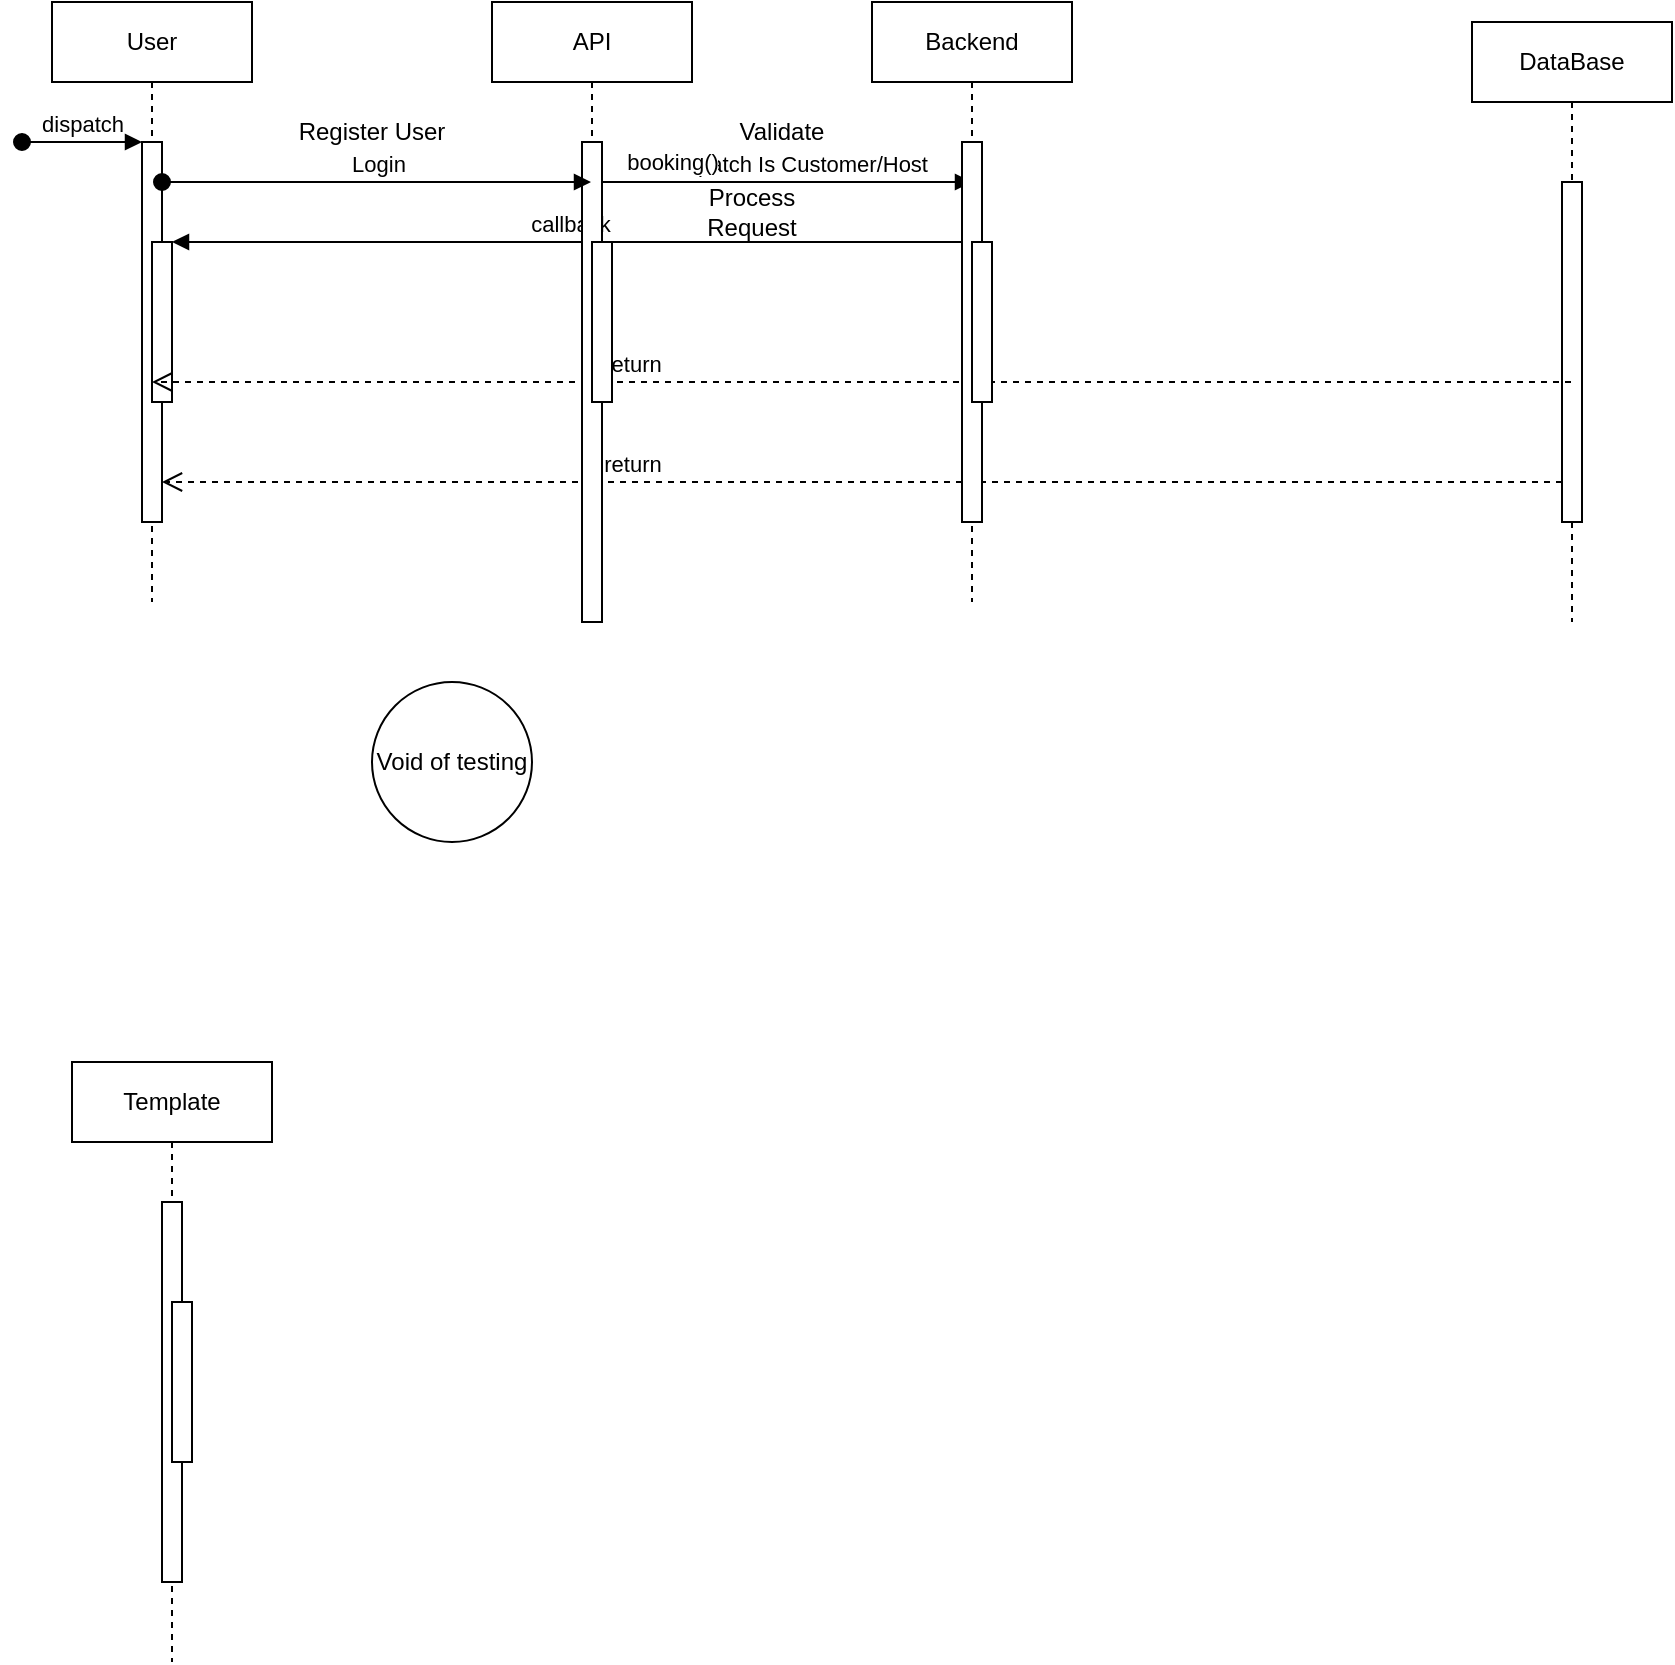
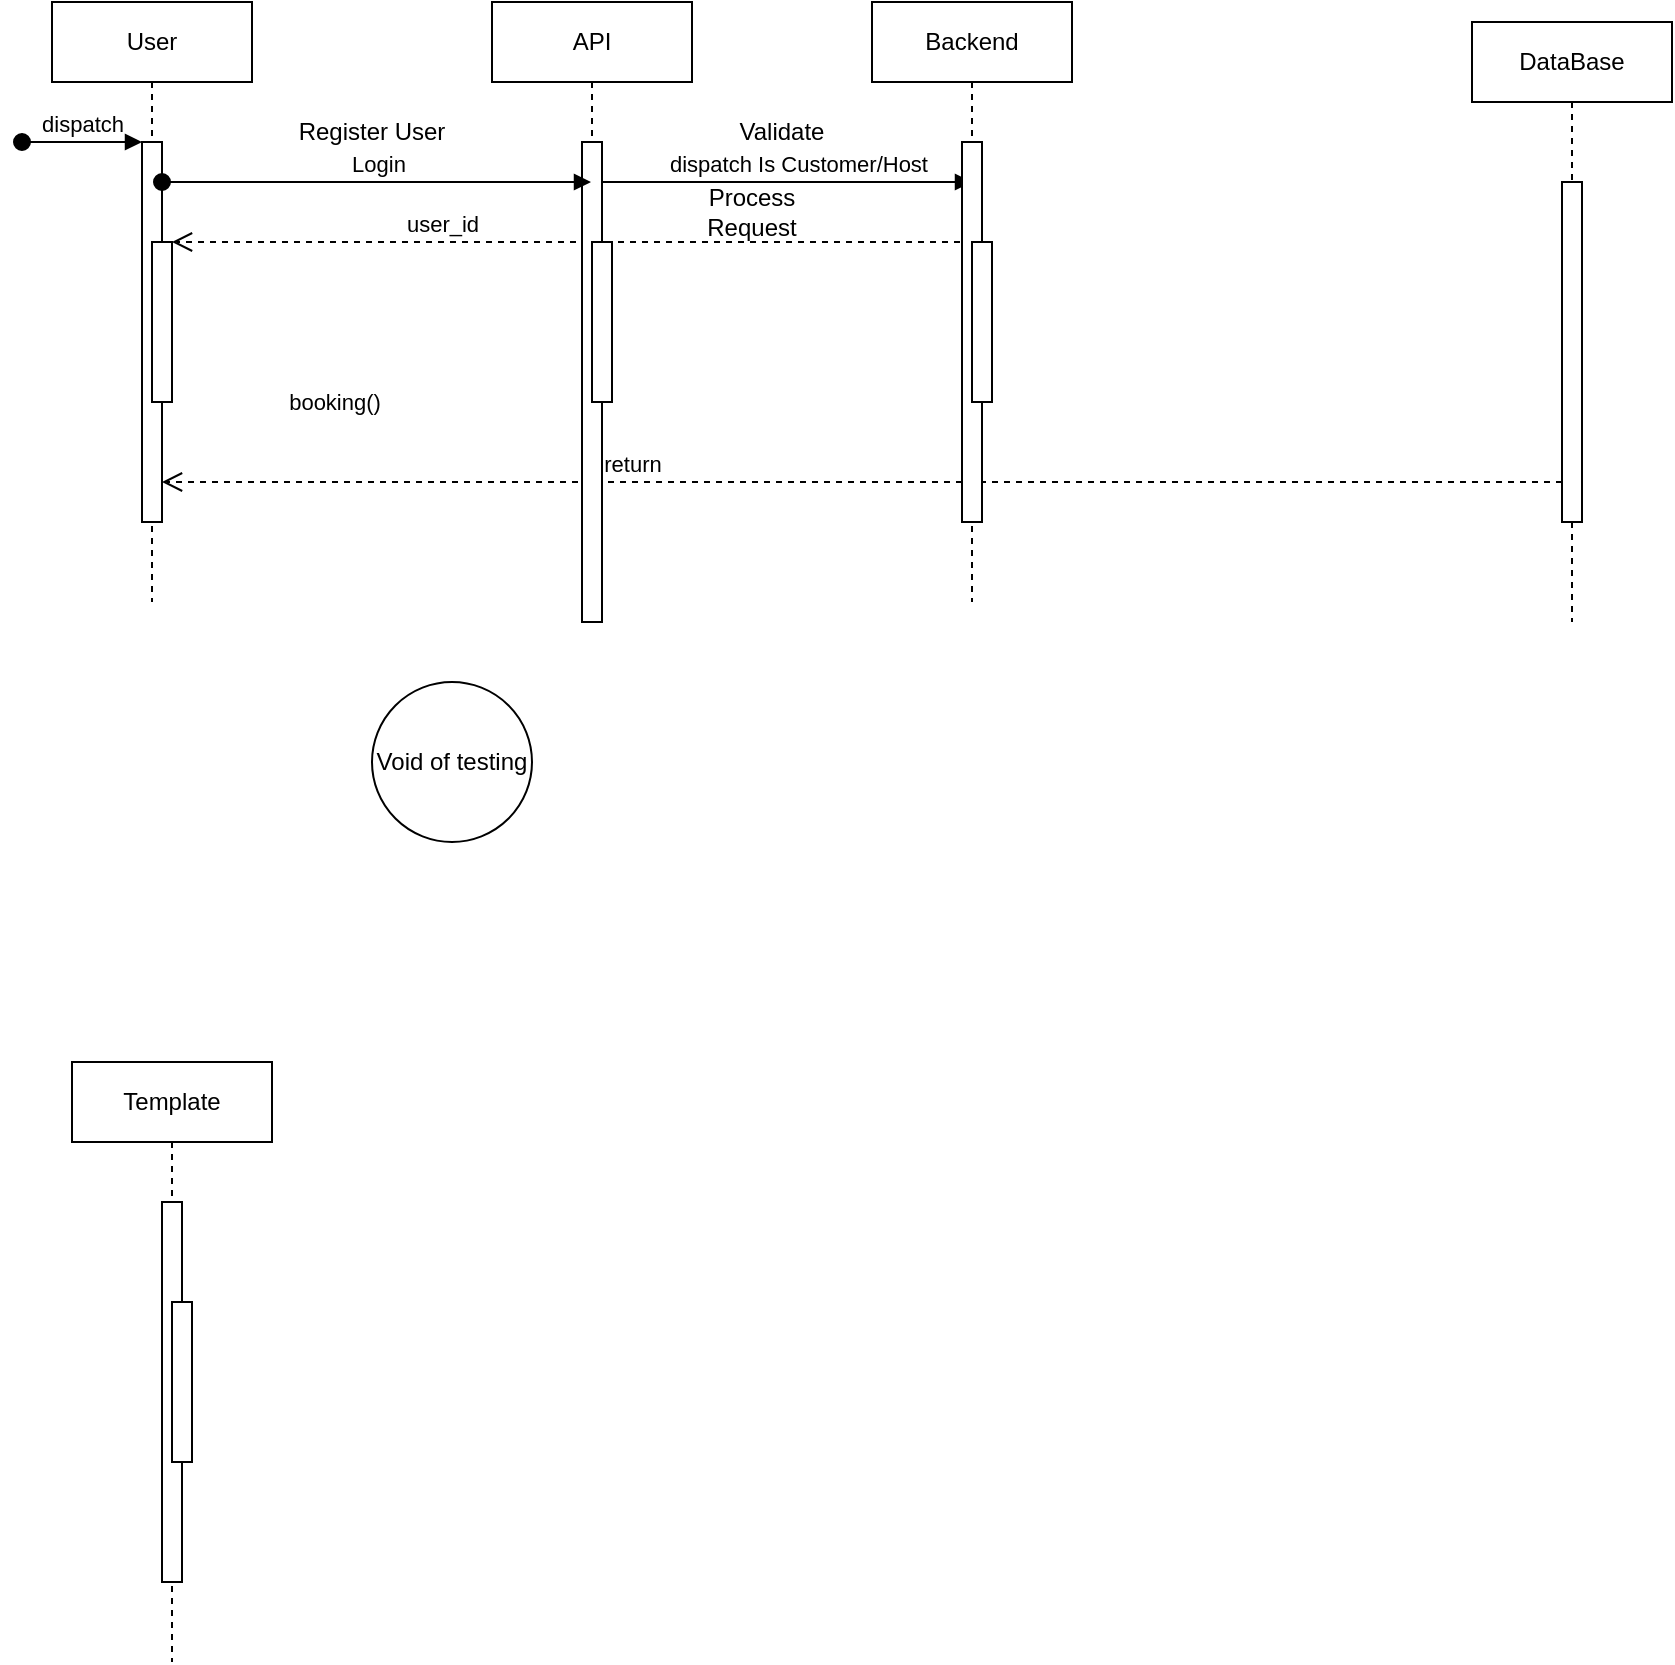
<mxfile host="app.diagrams.net" agent="5.0 (Macintosh; Intel Mac OS X 10_15_7) AppleWebKit/537.36 (KHTML, like Gecko) Chrome/109.0.0.0 Safari/537.36">
  <diagram name="Page-1" id="2YBvvXClWsGukQMizWep">
-     <mxGraphModel dx="978" dy="357" grid="1" gridSize="10" guides="1" tooltips="1" connect="1" arrows="1" fold="1" page="1" pageScale="1" pageWidth="850" pageHeight="1100" math="0" shadow="0">
+     <mxGraphModel dx="601" dy="737" grid="1" gridSize="10" guides="1" tooltips="1" connect="1" arrows="1" fold="1" page="1" pageScale="1" pageWidth="850" pageHeight="1100" math="0" shadow="0">
      <root>
        <mxCell id="0" />
        <mxCell id="1" parent="0" />
        <mxCell id="aM9ryv3xv72pqoxQDRHE-1" parent="1" style="shape=umlLifeline;perimeter=lifelinePerimeter;whiteSpace=wrap;html=1;container=0;dropTarget=0;collapsible=0;recursiveResize=0;outlineConnect=0;portConstraint=eastwest;newEdgeStyle={&quot;edgeStyle&quot;:&quot;elbowEdgeStyle&quot;,&quot;elbow&quot;:&quot;vertical&quot;,&quot;curved&quot;:0,&quot;rounded&quot;:0};" value="User" vertex="1">
          <mxGeometry height="300" width="100" x="30" y="40" as="geometry" />
        </mxCell>
        <mxCell id="aM9ryv3xv72pqoxQDRHE-2" parent="aM9ryv3xv72pqoxQDRHE-1" style="html=1;points=[];perimeter=orthogonalPerimeter;outlineConnect=0;targetShapes=umlLifeline;portConstraint=eastwest;newEdgeStyle={&quot;edgeStyle&quot;:&quot;elbowEdgeStyle&quot;,&quot;elbow&quot;:&quot;vertical&quot;,&quot;curved&quot;:0,&quot;rounded&quot;:0};" value="" vertex="1">
          <mxGeometry height="190" width="10" x="45" y="70" as="geometry" />
        </mxCell>
        <mxCell id="aM9ryv3xv72pqoxQDRHE-3" edge="1" parent="aM9ryv3xv72pqoxQDRHE-1" style="html=1;verticalAlign=bottom;startArrow=oval;endArrow=block;startSize=8;edgeStyle=elbowEdgeStyle;elbow=vertical;curved=0;rounded=0;" target="aM9ryv3xv72pqoxQDRHE-2" value="dispatch">
          <mxGeometry relative="1" as="geometry">
            <mxPoint x="-15" y="70" as="sourcePoint" />
          </mxGeometry>
        </mxCell>
        <mxCell id="aM9ryv3xv72pqoxQDRHE-4" parent="aM9ryv3xv72pqoxQDRHE-1" style="html=1;points=[];perimeter=orthogonalPerimeter;outlineConnect=0;targetShapes=umlLifeline;portConstraint=eastwest;newEdgeStyle={&quot;edgeStyle&quot;:&quot;elbowEdgeStyle&quot;,&quot;elbow&quot;:&quot;vertical&quot;,&quot;curved&quot;:0,&quot;rounded&quot;:0};" value="" vertex="1">
          <mxGeometry height="80" width="10" x="50" y="120" as="geometry" />
        </mxCell>
        <mxCell id="aM9ryv3xv72pqoxQDRHE-5" parent="1" style="shape=umlLifeline;perimeter=lifelinePerimeter;whiteSpace=wrap;html=1;container=0;dropTarget=0;collapsible=0;recursiveResize=0;outlineConnect=0;portConstraint=eastwest;newEdgeStyle={&quot;edgeStyle&quot;:&quot;elbowEdgeStyle&quot;,&quot;elbow&quot;:&quot;vertical&quot;,&quot;curved&quot;:0,&quot;rounded&quot;:0};" value="DataBase" vertex="1">
          <mxGeometry height="300" width="100" x="740" y="50" as="geometry" />
        </mxCell>
        <mxCell id="aM9ryv3xv72pqoxQDRHE-6" parent="aM9ryv3xv72pqoxQDRHE-5" style="html=1;points=[];perimeter=orthogonalPerimeter;outlineConnect=0;targetShapes=umlLifeline;portConstraint=eastwest;newEdgeStyle={&quot;edgeStyle&quot;:&quot;elbowEdgeStyle&quot;,&quot;elbow&quot;:&quot;vertical&quot;,&quot;curved&quot;:0,&quot;rounded&quot;:0};" value="" vertex="1">
          <mxGeometry height="170" width="10" x="45" y="80" as="geometry" />
        </mxCell>
        <mxCell id="aM9ryv3xv72pqoxQDRHE-7" edge="1" parent="1" source="7Z1T8ZwHcXeBXznP6D7j-6" style="html=1;verticalAlign=bottom;endArrow=block;edgeStyle=elbowEdgeStyle;elbow=vertical;curved=0;rounded=0;entryX=0.5;entryY=0.105;entryDx=0;entryDy=0;entryPerimeter=0;" target="7Z1T8ZwHcXeBXznP6D7j-10" value="dispatch Is Customer/Host">
          <mxGeometry relative="1" x="0.0616" as="geometry">
            <mxPoint as="offset" />
            <Array as="points">
              <mxPoint x="440" y="130" />
            </Array>
            <mxPoint x="195" y="130" as="sourcePoint" />
            <mxPoint x="480" y="130" as="targetPoint" />
          </mxGeometry>
        </mxCell>
        <mxCell id="SUudZ_YsPv13DbzPBlVf-1" connectable="0" parent="aM9ryv3xv72pqoxQDRHE-7" style="edgeLabel;html=1;align=center;verticalAlign=middle;resizable=0;points=[];" value="booking()" vertex="1">
          <mxGeometry relative="1" x="-0.6283" y="3" as="geometry">
-             <mxPoint y="-7" as="offset" />
+             <mxPoint x="-169" y="113" as="offset" />
          </mxGeometry>
        </mxCell>
        <mxCell id="aM9ryv3xv72pqoxQDRHE-8" edge="1" parent="1" source="aM9ryv3xv72pqoxQDRHE-6" style="html=1;verticalAlign=bottom;endArrow=open;dashed=1;endSize=8;edgeStyle=elbowEdgeStyle;elbow=vertical;curved=0;rounded=0;" target="aM9ryv3xv72pqoxQDRHE-2" value="return">
          <mxGeometry relative="1" x="0.3286" as="geometry">
            <mxPoint as="offset" />
            <Array as="points">
              <mxPoint x="190" y="280" />
            </Array>
            <mxPoint x="195" y="205" as="targetPoint" />
          </mxGeometry>
        </mxCell>
-         <mxCell id="aM9ryv3xv72pqoxQDRHE-9" edge="1" parent="1" source="7Z1T8ZwHcXeBXznP6D7j-10" style="html=1;verticalAlign=bottom;endArrow=block;edgeStyle=elbowEdgeStyle;elbow=vertical;curved=0;rounded=0;" target="aM9ryv3xv72pqoxQDRHE-4" value="callback">
-           <mxGeometry relative="1" x="-0.0072" as="geometry">
+         <mxCell id="aM9ryv3xv72pqoxQDRHE-10" edge="1" parent="1" source="7Z1T8ZwHcXeBXznP6D7j-11" style="html=1;verticalAlign=bottom;endArrow=open;dashed=1;endSize=8;edgeStyle=elbowEdgeStyle;elbow=vertical;curved=0;rounded=0;" target="aM9ryv3xv72pqoxQDRHE-4" value="user_id">
+           <mxGeometry relative="1" x="0.325" as="geometry">
            <mxPoint as="offset" />
            <Array as="points">
-               <mxPoint x="190" y="160" />
+               <mxPoint x="450" y="160" />
            </Array>
-             <mxPoint x="175" y="160" as="sourcePoint" />
-           </mxGeometry>
-         </mxCell>
-         <mxCell id="aM9ryv3xv72pqoxQDRHE-10" edge="1" parent="1" source="aM9ryv3xv72pqoxQDRHE-5" style="html=1;verticalAlign=bottom;endArrow=open;dashed=1;endSize=8;edgeStyle=elbowEdgeStyle;elbow=vertical;curved=0;rounded=0;" target="aM9ryv3xv72pqoxQDRHE-1" value="return">
-           <mxGeometry relative="1" x="0.3233" as="geometry">
-             <mxPoint as="offset" />
-             <Array as="points">
-               <mxPoint x="150" y="230" />
-             </Array>
-             <mxPoint x="175" y="235" as="targetPoint" />
+             <mxPoint x="550" y="160" as="sourcePoint" />
+             <mxPoint x="140" y="160" as="targetPoint" />
          </mxGeometry>
        </mxCell>
        <mxCell id="7Z1T8ZwHcXeBXznP6D7j-5" parent="1" style="shape=umlLifeline;perimeter=lifelinePerimeter;whiteSpace=wrap;html=1;container=0;dropTarget=0;collapsible=0;recursiveResize=0;outlineConnect=0;portConstraint=eastwest;newEdgeStyle={&quot;edgeStyle&quot;:&quot;elbowEdgeStyle&quot;,&quot;elbow&quot;:&quot;vertical&quot;,&quot;curved&quot;:0,&quot;rounded&quot;:0};" value="API" vertex="1">
          <mxGeometry height="300" width="100" x="250" y="40" as="geometry" />
        </mxCell>
        <mxCell id="7Z1T8ZwHcXeBXznP6D7j-6" parent="7Z1T8ZwHcXeBXznP6D7j-5" style="html=1;points=[];perimeter=orthogonalPerimeter;outlineConnect=0;targetShapes=umlLifeline;portConstraint=eastwest;newEdgeStyle={&quot;edgeStyle&quot;:&quot;elbowEdgeStyle&quot;,&quot;elbow&quot;:&quot;vertical&quot;,&quot;curved&quot;:0,&quot;rounded&quot;:0};" value="" vertex="1">
          <mxGeometry height="240" width="10" x="45" y="70" as="geometry" />
        </mxCell>
        <mxCell id="7Z1T8ZwHcXeBXznP6D7j-8" parent="7Z1T8ZwHcXeBXznP6D7j-5" style="html=1;points=[];perimeter=orthogonalPerimeter;outlineConnect=0;targetShapes=umlLifeline;portConstraint=eastwest;newEdgeStyle={&quot;edgeStyle&quot;:&quot;elbowEdgeStyle&quot;,&quot;elbow&quot;:&quot;vertical&quot;,&quot;curved&quot;:0,&quot;rounded&quot;:0};" value="" vertex="1">
          <mxGeometry height="80" width="10" x="50" y="120" as="geometry" />
        </mxCell>
        <mxCell id="7Z1T8ZwHcXeBXznP6D7j-9" parent="1" style="shape=umlLifeline;perimeter=lifelinePerimeter;whiteSpace=wrap;html=1;container=0;dropTarget=0;collapsible=0;recursiveResize=0;outlineConnect=0;portConstraint=eastwest;newEdgeStyle={&quot;edgeStyle&quot;:&quot;elbowEdgeStyle&quot;,&quot;elbow&quot;:&quot;vertical&quot;,&quot;curved&quot;:0,&quot;rounded&quot;:0};" value="&lt;div&gt;Backend&lt;/div&gt;" vertex="1">
          <mxGeometry height="300" width="100" x="440" y="40" as="geometry" />
        </mxCell>
        <mxCell id="7Z1T8ZwHcXeBXznP6D7j-10" parent="7Z1T8ZwHcXeBXznP6D7j-9" style="html=1;points=[];perimeter=orthogonalPerimeter;outlineConnect=0;targetShapes=umlLifeline;portConstraint=eastwest;newEdgeStyle={&quot;edgeStyle&quot;:&quot;elbowEdgeStyle&quot;,&quot;elbow&quot;:&quot;vertical&quot;,&quot;curved&quot;:0,&quot;rounded&quot;:0};" value="" vertex="1">
          <mxGeometry height="190" width="10" x="45" y="70" as="geometry" />
        </mxCell>
        <mxCell id="7Z1T8ZwHcXeBXznP6D7j-11" parent="7Z1T8ZwHcXeBXznP6D7j-9" style="html=1;points=[];perimeter=orthogonalPerimeter;outlineConnect=0;targetShapes=umlLifeline;portConstraint=eastwest;newEdgeStyle={&quot;edgeStyle&quot;:&quot;elbowEdgeStyle&quot;,&quot;elbow&quot;:&quot;vertical&quot;,&quot;curved&quot;:0,&quot;rounded&quot;:0};" value="" vertex="1">
          <mxGeometry height="80" width="10" x="50" y="120" as="geometry" />
        </mxCell>
        <mxCell id="7Z1T8ZwHcXeBXznP6D7j-12" parent="1" style="shape=umlLifeline;perimeter=lifelinePerimeter;whiteSpace=wrap;html=1;container=0;dropTarget=0;collapsible=0;recursiveResize=0;outlineConnect=0;portConstraint=eastwest;newEdgeStyle={&quot;edgeStyle&quot;:&quot;elbowEdgeStyle&quot;,&quot;elbow&quot;:&quot;vertical&quot;,&quot;curved&quot;:0,&quot;rounded&quot;:0};" value="Template" vertex="1">
          <mxGeometry height="300" width="100" x="40" y="570" as="geometry" />
        </mxCell>
        <mxCell id="7Z1T8ZwHcXeBXznP6D7j-13" parent="7Z1T8ZwHcXeBXznP6D7j-12" style="html=1;points=[];perimeter=orthogonalPerimeter;outlineConnect=0;targetShapes=umlLifeline;portConstraint=eastwest;newEdgeStyle={&quot;edgeStyle&quot;:&quot;elbowEdgeStyle&quot;,&quot;elbow&quot;:&quot;vertical&quot;,&quot;curved&quot;:0,&quot;rounded&quot;:0};" value="" vertex="1">
          <mxGeometry height="190" width="10" x="45" y="70" as="geometry" />
        </mxCell>
        <mxCell id="7Z1T8ZwHcXeBXznP6D7j-14" parent="7Z1T8ZwHcXeBXznP6D7j-12" style="html=1;points=[];perimeter=orthogonalPerimeter;outlineConnect=0;targetShapes=umlLifeline;portConstraint=eastwest;newEdgeStyle={&quot;edgeStyle&quot;:&quot;elbowEdgeStyle&quot;,&quot;elbow&quot;:&quot;vertical&quot;,&quot;curved&quot;:0,&quot;rounded&quot;:0};" value="" vertex="1">
          <mxGeometry height="80" width="10" x="50" y="120" as="geometry" />
        </mxCell>
        <mxCell id="7Z1T8ZwHcXeBXznP6D7j-18" edge="1" parent="1" style="html=1;verticalAlign=bottom;startArrow=oval;endArrow=block;startSize=8;edgeStyle=elbowEdgeStyle;elbow=vertical;curved=0;rounded=0;" target="7Z1T8ZwHcXeBXznP6D7j-5" value="Login">
          <mxGeometry relative="1" as="geometry">
            <mxPoint x="85" y="130" as="sourcePoint" />
            <mxPoint x="150" y="130" as="targetPoint" />
          </mxGeometry>
        </mxCell>
        <mxCell id="D9VVy2PClrj1YHKQl20F-1" parent="1" style="text;html=1;whiteSpace=wrap;strokeColor=none;fillColor=none;align=center;verticalAlign=middle;rounded=0;" value="Register User" vertex="1">
          <mxGeometry height="30" width="100" x="140" y="90" as="geometry" />
        </mxCell>
        <mxCell id="D9VVy2PClrj1YHKQl20F-2" parent="1" style="text;html=1;whiteSpace=wrap;strokeColor=none;fillColor=none;align=center;verticalAlign=middle;rounded=0;" value="Validate" vertex="1">
          <mxGeometry height="30" width="60" x="365" y="90" as="geometry" />
        </mxCell>
        <mxCell id="D9VVy2PClrj1YHKQl20F-3" parent="1" style="text;html=1;whiteSpace=wrap;strokeColor=none;fillColor=none;align=center;verticalAlign=middle;rounded=0;" value="Process Request" vertex="1">
          <mxGeometry height="30" width="60" x="350" y="130" as="geometry" />
        </mxCell>
        <mxCell id="7Z1T8ZwHcXeBXznP6D7j-19" parent="1" style="ellipse;whiteSpace=wrap;html=1;aspect=fixed;" value="Void of testing" vertex="1">
          <mxGeometry height="80" width="80" x="190" y="380" as="geometry" />
        </mxCell>
      </root>
    </mxGraphModel>
  </diagram>
</mxfile>
